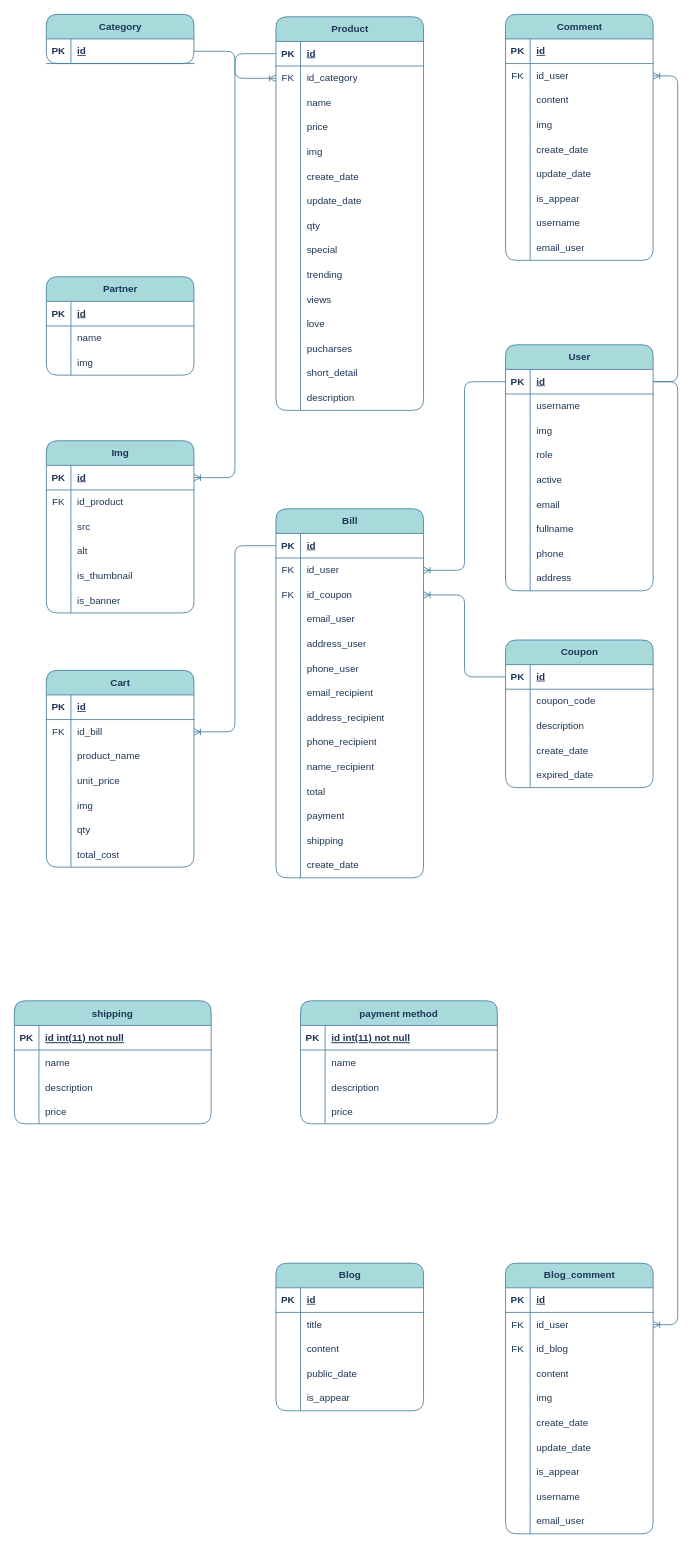
thanh8724/Legous keeps this draw.io diagram as page "ERD_Level-1" (2 of 3) of .vscode/LEGOUS_DIAGRAM.drawio. Above is the earlier version. Source tidied: cells renumbered, new cells numbered last; positions are measured from the earlier drawing's top-left corner, leaving out a move shared by most shapes. Both pictures are drawn from the tidied source at 82%, with x=0, y=0 at pixel (14, 14).
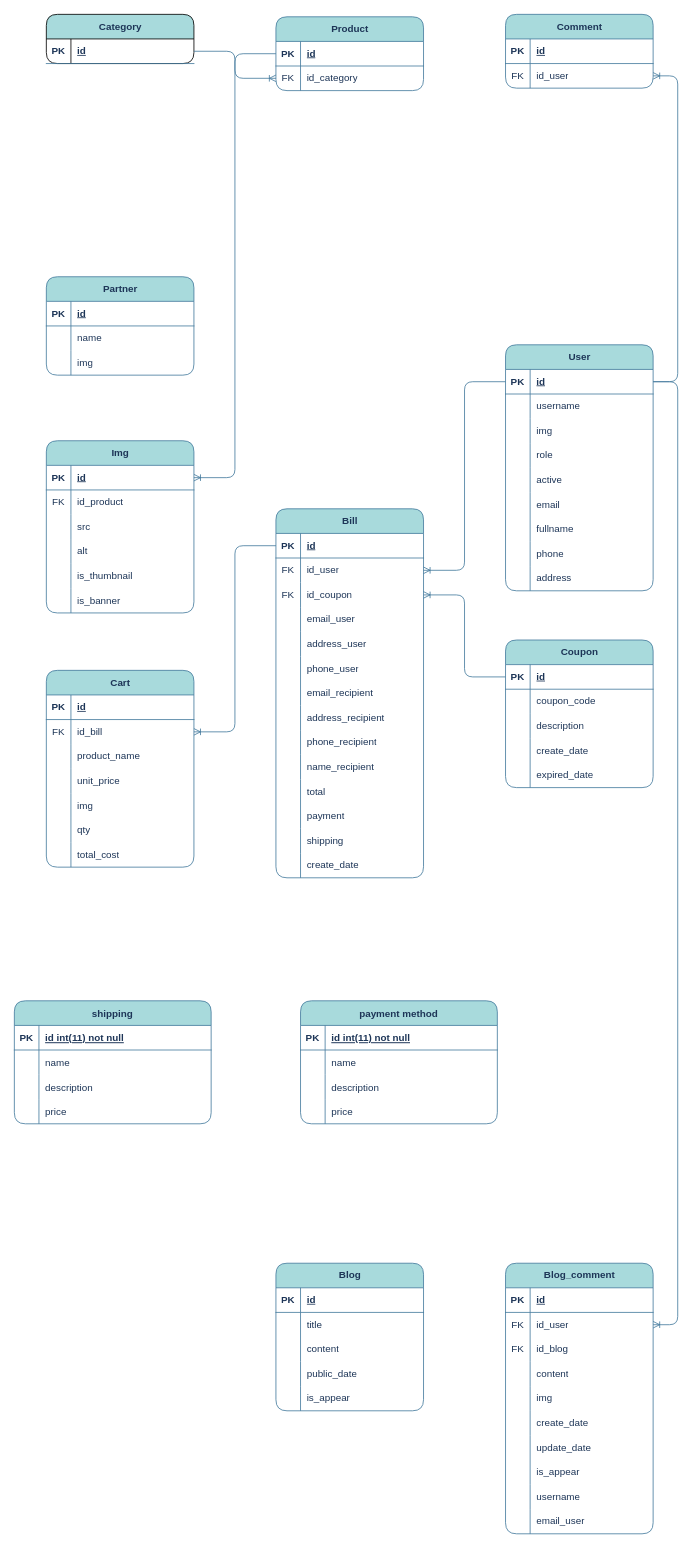
Above is the later version.

What changed in the source:
```diff
@@
     <mxCell id="2" value="&lt;div&gt;Product&lt;br&gt;&lt;/div&gt;" style="shape=table;startSize=30;childLayout=tableLayout;rowLines=0;fontStyle=1;align=center;html=1;labelBackgroundColor=none;fillColor=#A8DADC;strokeColor=#457B9D;fontColor=#1D3557;rounded=1;" parent="1" vertex="1">
-      <mxGeometry x="319" y="3" width="180" height="480" as="geometry" />
+      <mxGeometry x="319" y="3" width="180" height="90" as="geometry" />
     </mxCell>
@@
-    <mxCell id="9" style="shape=tableRow;horizontal=0;startSize=0;swimlaneHead=0;swimlaneBody=0;fillColor=none;top=0;left=0;right=0;bottom=0;labelBackgroundColor=none;strokeColor=#457B9D;fontColor=#1D3557;rounded=1;" parent="2" vertex="1">
-      <mxGeometry y="90" width="180" height="30" as="geometry" />
-    </mxCell>
-    <mxCell id="10" style="shape=partialRectangle;fillColor=none;top=0;left=0;bottom=0;right=0;overflow=hidden;whiteSpace=wrap;html=1;labelBackgroundColor=none;strokeColor=#457B9D;fontColor=#1D3557;rounded=1;" parent="9" vertex="1">
-      <mxGeometry width="30" height="30" as="geometry" />
-    </mxCell>
-    <mxCell id="11" value="&lt;div&gt;name&lt;/div&gt;" style="shape=partialRectangle;fillColor=none;top=0;left=0;bottom=0;right=0;align=left;spacingLeft=6;overflow=hidden;whiteSpace=wrap;html=1;labelBackgroundColor=none;strokeColor=#457B9D;fontColor=#1D3557;rounded=1;" parent="9" vertex="1">
-      <mxGeometry x="30" width="150" height="30" as="geometry" />
-    </mxCell>
-    <mxCell id="12" style="shape=tableRow;horizontal=0;startSize=0;swimlaneHead=0;swimlaneBody=0;fillColor=none;top=0;left=0;right=0;bottom=0;labelBackgroundColor=none;strokeColor=#457B9D;fontColor=#1D3557;rounded=1;" parent="2" vertex="1">
-      <mxGeometry y="120" width="180" height="30" as="geometry" />
-    </mxCell>
-    <mxCell id="13" style="shape=partialRectangle;fillColor=none;top=0;left=0;bottom=0;right=0;overflow=hidden;whiteSpace=wrap;html=1;labelBackgroundColor=none;strokeColor=#457B9D;fontColor=#1D3557;rounded=1;" parent="12" vertex="1">
-      <mxGeometry width="30" height="30" as="geometry" />
-    </mxCell>
-    <mxCell id="14" value="price" style="shape=partialRectangle;fillColor=none;top=0;left=0;bottom=0;right=0;align=left;spacingLeft=6;overflow=hidden;whiteSpace=wrap;html=1;labelBackgroundColor=none;strokeColor=#457B9D;fontColor=#1D3557;rounded=1;" parent="12" vertex="1">
-      <mxGeometry x="30" width="150" height="30" as="geometry" />
-    </mxCell>
-    <mxCell id="15" style="shape=tableRow;horizontal=0;startSize=0;swimlaneHead=0;swimlaneBody=0;fillColor=none;top=0;left=0;right=0;bottom=0;labelBackgroundColor=none;strokeColor=#457B9D;fontColor=#1D3557;rounded=1;" parent="2" vertex="1">
-      <mxGeometry y="150" width="180" height="30" as="geometry" />
-    </mxCell>
-    <mxCell id="16" style="shape=partialRectangle;fillColor=none;top=0;left=0;bottom=0;right=0;overflow=hidden;whiteSpace=wrap;html=1;labelBackgroundColor=none;strokeColor=#457B9D;fontColor=#1D3557;rounded=1;" parent="15" vertex="1">
-      <mxGeometry width="30" height="30" as="geometry" />
-    </mxCell>
-    <mxCell id="17" value="img" style="shape=partialRectangle;fillColor=none;top=0;left=0;bottom=0;right=0;align=left;spacingLeft=6;overflow=hidden;whiteSpace=wrap;html=1;labelBackgroundColor=none;strokeColor=#457B9D;fontColor=#1D3557;rounded=1;" parent="15" vertex="1">
-      <mxGeometry x="30" width="150" height="30" as="geometry" />
-    </mxCell>
-    <mxCell id="18" style="shape=tableRow;horizontal=0;startSize=0;swimlaneHead=0;swimlaneBody=0;fillColor=none;top=0;left=0;right=0;bottom=0;labelBackgroundColor=none;strokeColor=#457B9D;fontColor=#1D3557;rounded=1;" parent="2" vertex="1">
-      <mxGeometry y="180" width="180" height="30" as="geometry" />
-    </mxCell>
-    <mxCell id="19" style="shape=partialRectangle;fillColor=none;top=0;left=0;bottom=0;right=0;overflow=hidden;whiteSpace=wrap;html=1;labelBackgroundColor=none;strokeColor=#457B9D;fontColor=#1D3557;rounded=1;" parent="18" vertex="1">
-      <mxGeometry width="30" height="30" as="geometry" />
-    </mxCell>
-    <mxCell id="20" value="create_date" style="shape=partialRectangle;fillColor=none;top=0;left=0;bottom=0;right=0;align=left;spacingLeft=6;overflow=hidden;whiteSpace=wrap;html=1;labelBackgroundColor=none;strokeColor=#457B9D;fontColor=#1D3557;rounded=1;" parent="18" vertex="1">
-      <mxGeometry x="30" width="150" height="30" as="geometry" />
-    </mxCell>
-    <mxCell id="21" style="shape=tableRow;horizontal=0;startSize=0;swimlaneHead=0;swimlaneBody=0;fillColor=none;top=0;left=0;right=0;bottom=0;labelBackgroundColor=none;strokeColor=#457B9D;fontColor=#1D3557;rounded=1;" parent="2" vertex="1">
-      <mxGeometry y="210" width="180" height="30" as="geometry" />
-    </mxCell>
-    <mxCell id="22" style="shape=partialRectangle;fillColor=none;top=0;left=0;bottom=0;right=0;overflow=hidden;whiteSpace=wrap;html=1;labelBackgroundColor=none;strokeColor=#457B9D;fontColor=#1D3557;rounded=1;" parent="21" vertex="1">
-      <mxGeometry width="30" height="30" as="geometry" />
-    </mxCell>
-    <mxCell id="23" value="update_date&lt;span style=&quot;white-space: pre;&quot;&gt;&#9;&lt;/span&gt;" style="shape=partialRectangle;fillColor=none;top=0;left=0;bottom=0;right=0;align=left;spacingLeft=6;overflow=hidden;whiteSpace=wrap;html=1;labelBackgroundColor=none;strokeColor=#457B9D;fontColor=#1D3557;rounded=1;" parent="21" vertex="1">
-      <mxGeometry x="30" width="150" height="30" as="geometry" />
-    </mxCell>
-    <mxCell id="24" style="shape=tableRow;horizontal=0;startSize=0;swimlaneHead=0;swimlaneBody=0;fillColor=none;top=0;left=0;right=0;bottom=0;labelBackgroundColor=none;strokeColor=#457B9D;fontColor=#1D3557;rounded=1;" parent="2" vertex="1">
-      <mxGeometry y="240" width="180" height="30" as="geometry" />
-    </mxCell>
-    <mxCell id="25" style="shape=partialRectangle;fillColor=none;top=0;left=0;bottom=0;right=0;overflow=hidden;whiteSpace=wrap;html=1;labelBackgroundColor=none;strokeColor=#457B9D;fontColor=#1D3557;rounded=1;" parent="24" vertex="1">
-      <mxGeometry width="30" height="30" as="geometry" />
-    </mxCell>
-    <mxCell id="26" value="qty&lt;span style=&quot;white-space: pre;&quot;&gt;&#9;&lt;/span&gt;" style="shape=partialRectangle;fillColor=none;top=0;left=0;bottom=0;right=0;align=left;spacingLeft=6;overflow=hidden;whiteSpace=wrap;html=1;labelBackgroundColor=none;strokeColor=#457B9D;fontColor=#1D3557;rounded=1;" parent="24" vertex="1">
-      <mxGeometry x="30" width="150" height="30" as="geometry" />
-    </mxCell>
-    <mxCell id="27" style="shape=tableRow;horizontal=0;startSize=0;swimlaneHead=0;swimlaneBody=0;fillColor=none;top=0;left=0;right=0;bottom=0;labelBackgroundColor=none;strokeColor=#457B9D;fontColor=#1D3557;rounded=1;" parent="2" vertex="1">
-      <mxGeometry y="270" width="180" height="30" as="geometry" />
-    </mxCell>
-    <mxCell id="28" style="shape=partialRectangle;fillColor=none;top=0;left=0;bottom=0;right=0;overflow=hidden;whiteSpace=wrap;html=1;labelBackgroundColor=none;strokeColor=#457B9D;fontColor=#1D3557;rounded=1;" parent="27" vertex="1">
-      <mxGeometry width="30" height="30" as="geometry" />
-    </mxCell>
-    <mxCell id="29" value="special&lt;span style=&quot;white-space: pre;&quot;&gt;&#9;&lt;/span&gt;" style="shape=partialRectangle;fillColor=none;top=0;left=0;bottom=0;right=0;align=left;spacingLeft=6;overflow=hidden;whiteSpace=wrap;html=1;labelBackgroundColor=none;strokeColor=#457B9D;fontColor=#1D3557;rounded=1;" parent="27" vertex="1">
-      <mxGeometry x="30" width="150" height="30" as="geometry" />
-    </mxCell>
-    <mxCell id="30" style="shape=tableRow;horizontal=0;startSize=0;swimlaneHead=0;swimlaneBody=0;fillColor=none;top=0;left=0;right=0;bottom=0;labelBackgroundColor=none;strokeColor=#457B9D;fontColor=#1D3557;rounded=1;" parent="2" vertex="1">
-      <mxGeometry y="300" width="180" height="30" as="geometry" />
-    </mxCell>
-    <mxCell id="31" style="shape=partialRectangle;fillColor=none;top=0;left=0;bottom=0;right=0;overflow=hidden;whiteSpace=wrap;html=1;labelBackgroundColor=none;strokeColor=#457B9D;fontColor=#1D3557;rounded=1;" parent="30" vertex="1">
-      <mxGeometry width="30" height="30" as="geometry" />
-    </mxCell>
-    <mxCell id="32" value="trending" style="shape=partialRectangle;fillColor=none;top=0;left=0;bottom=0;right=0;align=left;spacingLeft=6;overflow=hidden;whiteSpace=wrap;html=1;labelBackgroundColor=none;strokeColor=#457B9D;fontColor=#1D3557;rounded=1;" parent="30" vertex="1">
-      <mxGeometry x="30" width="150" height="30" as="geometry" />
-    </mxCell>
-    <mxCell id="33" style="shape=tableRow;horizontal=0;startSize=0;swimlaneHead=0;swimlaneBody=0;fillColor=none;top=0;left=0;right=0;bottom=0;labelBackgroundColor=none;strokeColor=#457B9D;fontColor=#1D3557;rounded=1;" parent="2" vertex="1">
-      <mxGeometry y="330" width="180" height="30" as="geometry" />
-    </mxCell>
-    <mxCell id="34" style="shape=partialRectangle;fillColor=none;top=0;left=0;bottom=0;right=0;overflow=hidden;whiteSpace=wrap;html=1;labelBackgroundColor=none;strokeColor=#457B9D;fontColor=#1D3557;rounded=1;" parent="33" vertex="1">
-      <mxGeometry width="30" height="30" as="geometry" />
-    </mxCell>
-    <mxCell id="35" value="views" style="shape=partialRectangle;fillColor=none;top=0;left=0;bottom=0;right=0;align=left;spacingLeft=6;overflow=hidden;whiteSpace=wrap;html=1;labelBackgroundColor=none;strokeColor=#457B9D;fontColor=#1D3557;rounded=1;" parent="33" vertex="1">
-      <mxGeometry x="30" width="150" height="30" as="geometry" />
-    </mxCell>
-    <mxCell id="36" style="shape=tableRow;horizontal=0;startSize=0;swimlaneHead=0;swimlaneBody=0;fillColor=none;top=0;left=0;right=0;bottom=0;labelBackgroundColor=none;strokeColor=#457B9D;fontColor=#1D3557;rounded=1;" parent="2" vertex="1">
-      <mxGeometry y="360" width="180" height="30" as="geometry" />
-    </mxCell>
-    <mxCell id="37" style="shape=partialRectangle;fillColor=none;top=0;left=0;bottom=0;right=0;overflow=hidden;whiteSpace=wrap;html=1;labelBackgroundColor=none;strokeColor=#457B9D;fontColor=#1D3557;rounded=1;" parent="36" vertex="1">
-      <mxGeometry width="30" height="30" as="geometry" />
-    </mxCell>
-    <mxCell id="38" value="love" style="shape=partialRectangle;fillColor=none;top=0;left=0;bottom=0;right=0;align=left;spacingLeft=6;overflow=hidden;whiteSpace=wrap;html=1;labelBackgroundColor=none;strokeColor=#457B9D;fontColor=#1D3557;rounded=1;" parent="36" vertex="1">
-      <mxGeometry x="30" width="150" height="30" as="geometry" />
-    </mxCell>
-    <mxCell id="39" style="shape=tableRow;horizontal=0;startSize=0;swimlaneHead=0;swimlaneBody=0;fillColor=none;top=0;left=0;right=0;bottom=0;labelBackgroundColor=none;strokeColor=#457B9D;fontColor=#1D3557;rounded=1;" parent="2" vertex="1">
-      <mxGeometry y="390" width="180" height="30" as="geometry" />
-    </mxCell>
-    <mxCell id="40" style="shape=partialRectangle;fillColor=none;top=0;left=0;bottom=0;right=0;overflow=hidden;whiteSpace=wrap;html=1;labelBackgroundColor=none;strokeColor=#457B9D;fontColor=#1D3557;rounded=1;" parent="39" vertex="1">
-      <mxGeometry width="30" height="30" as="geometry" />
-    </mxCell>
-    <mxCell id="41" value="pucharses" style="shape=partialRectangle;fillColor=none;top=0;left=0;bottom=0;right=0;align=left;spacingLeft=6;overflow=hidden;whiteSpace=wrap;html=1;labelBackgroundColor=none;strokeColor=#457B9D;fontColor=#1D3557;rounded=1;" parent="39" vertex="1">
-      <mxGeometry x="30" width="150" height="30" as="geometry" />
-    </mxCell>
-    <mxCell id="42" style="shape=tableRow;horizontal=0;startSize=0;swimlaneHead=0;swimlaneBody=0;fillColor=none;top=0;left=0;right=0;bottom=0;labelBackgroundColor=none;strokeColor=#457B9D;fontColor=#1D3557;rounded=1;" parent="2" vertex="1">
-      <mxGeometry y="420" width="180" height="30" as="geometry" />
-    </mxCell>
-    <mxCell id="43" style="shape=partialRectangle;fillColor=none;top=0;left=0;bottom=0;right=0;overflow=hidden;whiteSpace=wrap;html=1;labelBackgroundColor=none;strokeColor=#457B9D;fontColor=#1D3557;rounded=1;" parent="42" vertex="1">
-      <mxGeometry width="30" height="30" as="geometry" />
-    </mxCell>
-    <mxCell id="44" value="short_detail" style="shape=partialRectangle;fillColor=none;top=0;left=0;bottom=0;right=0;align=left;spacingLeft=6;overflow=hidden;whiteSpace=wrap;html=1;labelBackgroundColor=none;strokeColor=#457B9D;fontColor=#1D3557;rounded=1;" parent="42" vertex="1">
-      <mxGeometry x="30" width="150" height="30" as="geometry" />
-    </mxCell>
-    <mxCell id="45" style="shape=tableRow;horizontal=0;startSize=0;swimlaneHead=0;swimlaneBody=0;fillColor=none;top=0;left=0;right=0;bottom=0;labelBackgroundColor=none;strokeColor=#457B9D;fontColor=#1D3557;rounded=1;" parent="2" vertex="1">
-      <mxGeometry y="450" width="180" height="30" as="geometry" />
-    </mxCell>
-    <mxCell id="46" style="shape=partialRectangle;fillColor=none;top=0;left=0;bottom=0;right=0;overflow=hidden;whiteSpace=wrap;html=1;labelBackgroundColor=none;strokeColor=#457B9D;fontColor=#1D3557;rounded=1;" parent="45" vertex="1">
-      <mxGeometry width="30" height="30" as="geometry" />
-    </mxCell>
-    <mxCell id="47" value="description" style="shape=partialRectangle;fillColor=none;top=0;left=0;bottom=0;right=0;align=left;spacingLeft=6;overflow=hidden;whiteSpace=wrap;html=1;labelBackgroundColor=none;strokeColor=#457B9D;fontColor=#1D3557;rounded=1;" parent="45" vertex="1">
-      <mxGeometry x="30" width="150" height="30" as="geometry" />
-    </mxCell>
-    <mxCell id="48" value="Category" style="shape=table;startSize=30;childLayout=tableLayout;rowLines=0;fontStyle=1;align=center;html=1;labelBackgroundColor=none;fillColor=#A8DADC;strokeColor=#457B9D;fontColor=#1D3557;rounded=1;swimlaneLine=1;" parent="1" vertex="1">
+    <mxCell id="48" value="Category" style="shape=table;startSize=30;childLayout=tableLayout;rowLines=0;fontStyle=1;align=center;html=1;labelBackgroundColor=none;fillColor=#A8DADC;strokeColor=default;fontColor=#1D3557;rounded=1;swimlaneLine=1;" parent="1" vertex="1">
       <mxGeometry x="39" width="180" height="60" as="geometry" />
     </mxCell>
@@
     <mxCell id="174" value="Comment" style="shape=table;startSize=30;childLayout=tableLayout;rowLines=0;fontStyle=1;align=center;html=1;labelBackgroundColor=none;fillColor=#A8DADC;strokeColor=#457B9D;fontColor=#1D3557;rounded=1;" parent="1" vertex="1">
-      <mxGeometry x="599" width="180" height="300" as="geometry" />
+      <mxGeometry x="599" width="180" height="90" as="geometry" />
     </mxCell>
@@
-    <mxCell id="181" style="shape=tableRow;horizontal=0;startSize=0;swimlaneHead=0;swimlaneBody=0;fillColor=none;top=0;left=0;right=0;bottom=0;labelBackgroundColor=none;strokeColor=#457B9D;fontColor=#1D3557;rounded=1;" parent="174" vertex="1">
-      <mxGeometry y="90" width="180" height="30" as="geometry" />
-    </mxCell>
-    <mxCell id="182" style="shape=partialRectangle;fillColor=none;top=0;left=0;bottom=0;right=0;overflow=hidden;whiteSpace=wrap;html=1;labelBackgroundColor=none;strokeColor=#457B9D;fontColor=#1D3557;rounded=1;" parent="181" vertex="1">
-      <mxGeometry width="30" height="30" as="geometry" />
-    </mxCell>
-    <mxCell id="183" value="content" style="shape=partialRectangle;fillColor=none;top=0;left=0;bottom=0;right=0;align=left;spacingLeft=6;overflow=hidden;whiteSpace=wrap;html=1;labelBackgroundColor=none;strokeColor=#457B9D;fontColor=#1D3557;rounded=1;" parent="181" vertex="1">
-      <mxGeometry x="30" width="150" height="30" as="geometry" />
-    </mxCell>
-    <mxCell id="184" style="shape=tableRow;horizontal=0;startSize=0;swimlaneHead=0;swimlaneBody=0;fillColor=none;top=0;left=0;right=0;bottom=0;labelBackgroundColor=none;strokeColor=#457B9D;fontColor=#1D3557;rounded=1;" parent="174" vertex="1">
-      <mxGeometry y="120" width="180" height="30" as="geometry" />
-    </mxCell>
-    <mxCell id="185" style="shape=partialRectangle;fillColor=none;top=0;left=0;bottom=0;right=0;overflow=hidden;whiteSpace=wrap;html=1;labelBackgroundColor=none;strokeColor=#457B9D;fontColor=#1D3557;rounded=1;" parent="184" vertex="1">
-      <mxGeometry width="30" height="30" as="geometry" />
-    </mxCell>
-    <mxCell id="186" value="img" style="shape=partialRectangle;fillColor=none;top=0;left=0;bottom=0;right=0;align=left;spacingLeft=6;overflow=hidden;whiteSpace=wrap;html=1;labelBackgroundColor=none;strokeColor=#457B9D;fontColor=#1D3557;rounded=1;" parent="184" vertex="1">
-      <mxGeometry x="30" width="150" height="30" as="geometry" />
-    </mxCell>
-    <mxCell id="187" style="shape=tableRow;horizontal=0;startSize=0;swimlaneHead=0;swimlaneBody=0;fillColor=none;top=0;left=0;right=0;bottom=0;labelBackgroundColor=none;strokeColor=#457B9D;fontColor=#1D3557;rounded=1;" parent="174" vertex="1">
-      <mxGeometry y="150" width="180" height="30" as="geometry" />
-    </mxCell>
-    <mxCell id="188" style="shape=partialRectangle;fillColor=none;top=0;left=0;bottom=0;right=0;overflow=hidden;whiteSpace=wrap;html=1;labelBackgroundColor=none;strokeColor=#457B9D;fontColor=#1D3557;rounded=1;" parent="187" vertex="1">
-      <mxGeometry width="30" height="30" as="geometry" />
-    </mxCell>
-    <mxCell id="189" value="create_date" style="shape=partialRectangle;fillColor=none;top=0;left=0;bottom=0;right=0;align=left;spacingLeft=6;overflow=hidden;whiteSpace=wrap;html=1;labelBackgroundColor=none;strokeColor=#457B9D;fontColor=#1D3557;rounded=1;" parent="187" vertex="1">
-      <mxGeometry x="30" width="150" height="30" as="geometry" />
-    </mxCell>
-    <mxCell id="190" style="shape=tableRow;horizontal=0;startSize=0;swimlaneHead=0;swimlaneBody=0;fillColor=none;top=0;left=0;right=0;bottom=0;labelBackgroundColor=none;strokeColor=#457B9D;fontColor=#1D3557;rounded=1;" parent="174" vertex="1">
-      <mxGeometry y="180" width="180" height="30" as="geometry" />
-    </mxCell>
-    <mxCell id="191" style="shape=partialRectangle;fillColor=none;top=0;left=0;bottom=0;right=0;overflow=hidden;whiteSpace=wrap;html=1;labelBackgroundColor=none;strokeColor=#457B9D;fontColor=#1D3557;rounded=1;" parent="190" vertex="1">
-      <mxGeometry width="30" height="30" as="geometry" />
-    </mxCell>
-    <mxCell id="192" value="update_date" style="shape=partialRectangle;fillColor=none;top=0;left=0;bottom=0;right=0;align=left;spacingLeft=6;overflow=hidden;whiteSpace=wrap;html=1;labelBackgroundColor=none;strokeColor=#457B9D;fontColor=#1D3557;rounded=1;" parent="190" vertex="1">
-      <mxGeometry x="30" width="150" height="30" as="geometry" />
-    </mxCell>
-    <mxCell id="193" style="shape=tableRow;horizontal=0;startSize=0;swimlaneHead=0;swimlaneBody=0;fillColor=none;top=0;left=0;right=0;bottom=0;labelBackgroundColor=none;strokeColor=#457B9D;fontColor=#1D3557;rounded=1;" parent="174" vertex="1">
-      <mxGeometry y="210" width="180" height="30" as="geometry" />
-    </mxCell>
-    <mxCell id="194" style="shape=partialRectangle;fillColor=none;top=0;left=0;bottom=0;right=0;overflow=hidden;whiteSpace=wrap;html=1;labelBackgroundColor=none;strokeColor=#457B9D;fontColor=#1D3557;rounded=1;" parent="193" vertex="1">
-      <mxGeometry width="30" height="30" as="geometry" />
-    </mxCell>
-    <mxCell id="195" value="is_appear" style="shape=partialRectangle;fillColor=none;top=0;left=0;bottom=0;right=0;align=left;spacingLeft=6;overflow=hidden;whiteSpace=wrap;html=1;labelBackgroundColor=none;strokeColor=#457B9D;fontColor=#1D3557;rounded=1;" parent="193" vertex="1">
-      <mxGeometry x="30" width="150" height="30" as="geometry" />
-    </mxCell>
-    <mxCell id="196" style="shape=tableRow;horizontal=0;startSize=0;swimlaneHead=0;swimlaneBody=0;fillColor=none;top=0;left=0;right=0;bottom=0;labelBackgroundColor=none;strokeColor=#457B9D;fontColor=#1D3557;rounded=1;" parent="174" vertex="1">
-      <mxGeometry y="240" width="180" height="30" as="geometry" />
-    </mxCell>
-    <mxCell id="197" style="shape=partialRectangle;fillColor=none;top=0;left=0;bottom=0;right=0;overflow=hidden;whiteSpace=wrap;html=1;labelBackgroundColor=none;strokeColor=#457B9D;fontColor=#1D3557;rounded=1;" parent="196" vertex="1">
-      <mxGeometry width="30" height="30" as="geometry" />
-    </mxCell>
-    <mxCell id="198" value="username" style="shape=partialRectangle;fillColor=none;top=0;left=0;bottom=0;right=0;align=left;spacingLeft=6;overflow=hidden;whiteSpace=wrap;html=1;labelBackgroundColor=none;strokeColor=#457B9D;fontColor=#1D3557;rounded=1;" parent="196" vertex="1">
-      <mxGeometry x="30" width="150" height="30" as="geometry" />
-    </mxCell>
-    <mxCell id="199" style="shape=tableRow;horizontal=0;startSize=0;swimlaneHead=0;swimlaneBody=0;fillColor=none;top=0;left=0;right=0;bottom=0;labelBackgroundColor=none;strokeColor=#457B9D;fontColor=#1D3557;rounded=1;" parent="174" vertex="1">
-      <mxGeometry y="270" width="180" height="30" as="geometry" />
-    </mxCell>
-    <mxCell id="200" value="&lt;span style=&quot;white-space: pre;&quot;&gt;&#9;&lt;/span&gt;" style="shape=partialRectangle;fillColor=none;top=0;left=0;bottom=0;right=0;overflow=hidden;whiteSpace=wrap;html=1;labelBackgroundColor=none;strokeColor=#457B9D;fontColor=#1D3557;rounded=1;" parent="199" vertex="1">
-      <mxGeometry width="30" height="30" as="geometry" />
-    </mxCell>
-    <mxCell id="201" value="email_user" style="shape=partialRectangle;fillColor=none;top=0;left=0;bottom=0;right=0;align=left;spacingLeft=6;overflow=hidden;whiteSpace=wrap;html=1;labelBackgroundColor=none;strokeColor=#457B9D;fontColor=#1D3557;rounded=1;" parent="199" vertex="1">
-      <mxGeometry x="30" width="150" height="30" as="geometry" />
-    </mxCell>
```
